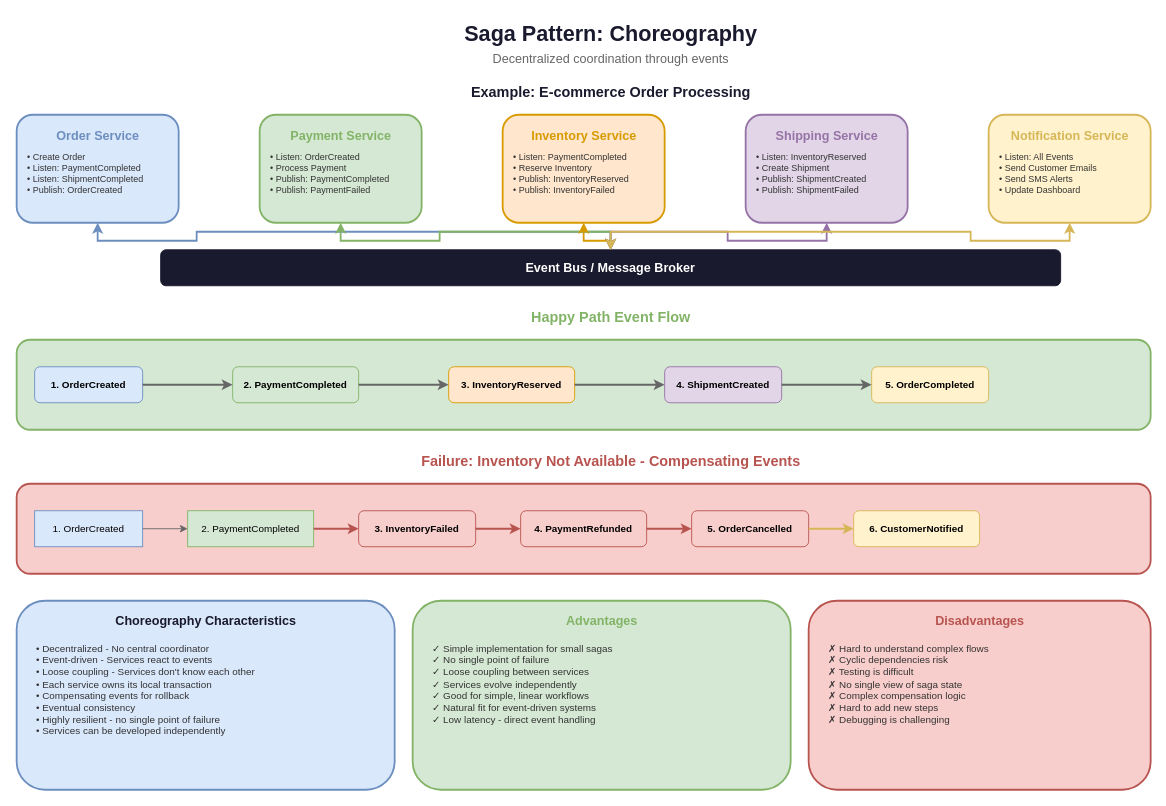
Before: lesson-02-event-driven-architecture/diagrams/3.3-saga-choreography.drawio in MrParkerZ7/document-lesson-software-architect-x-claude, a draw.io diagram. Source tidied: cells renumbered, new cells numbered last; positions are measured from the earlier drawing's top-left corner, leaving out a move shared by most shapes. Both pictures are drawn from the tidied source at 90%, with x=0, y=0 at pixel (16, 15).
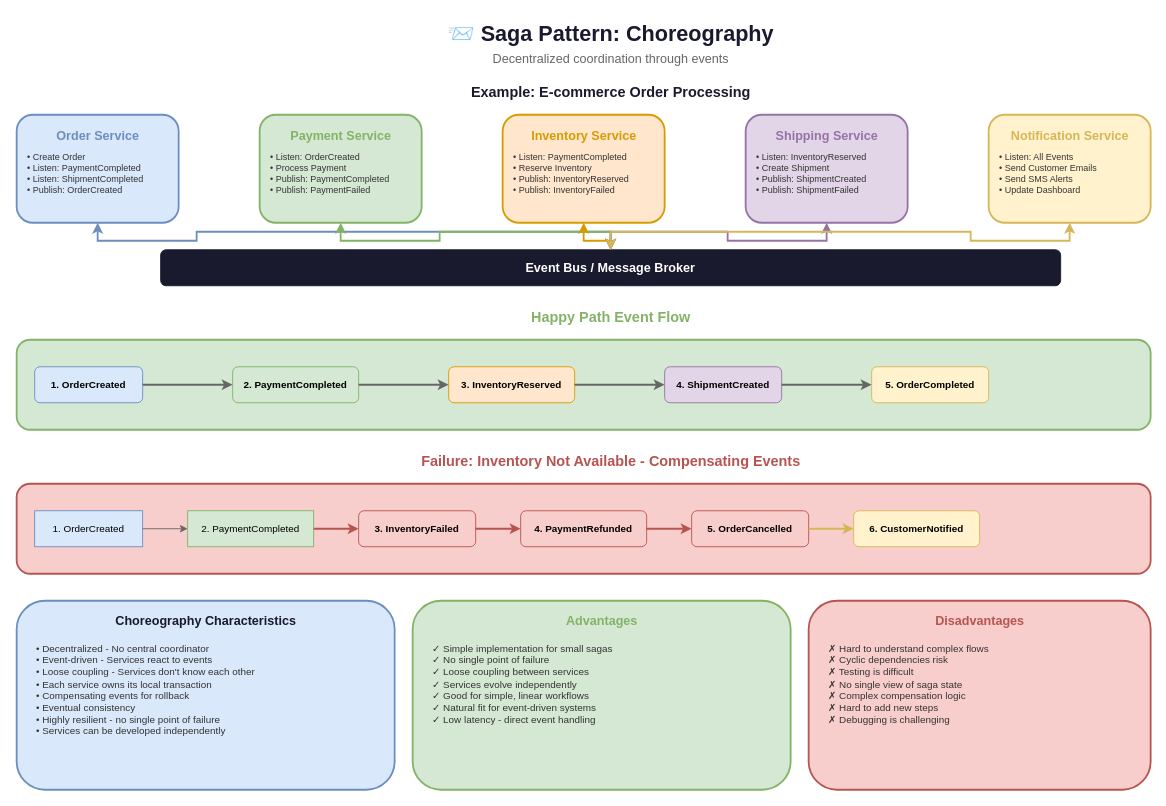
The same page after the edit.

The edit, as a diff of the source:
```diff
@@
-    <mxCell id="2" value="Saga Pattern: Choreography" style="text;html=1;strokeColor=none;fillColor=none;align=center;verticalAlign=middle;fontSize=24;fontStyle=1;fontColor=#1a1a2e;" parent="1" vertex="1">
+    <mxCell id="2" value="📨 Saga Pattern: Choreography" style="text;html=1;strokeColor=none;fillColor=none;align=center;verticalAlign=middle;fontSize=24;fontStyle=1;fontColor=#1a1a2e;" parent="1" vertex="1">
       <mxGeometry x="450" width="420" height="40" as="geometry" />
     </mxCell>
```
